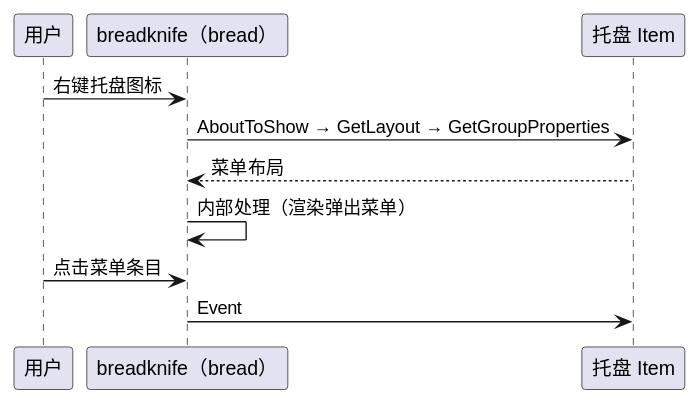
This is diagram/breadknife-tray-menu.svg from 54m43lJ/BreadKnife, a PlantUML export, as it was before one commit.
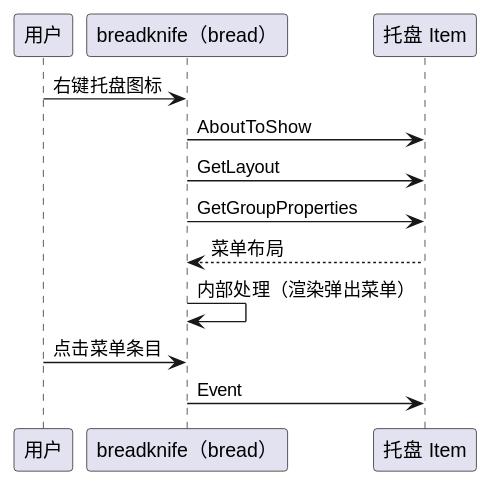
After the change.

Diff of the diagram source:
```diff
@@ -4,7 +4,9 @@
 participant "托盘 Item" as item
 
 用户 -> bread: 右键托盘图标
-bread -> item: AboutToShow → GetLayout → GetGroupProperties
+bread -> item: AboutToShow
+bread -> item: GetLayout
+bread -> item: GetGroupProperties
 item --> bread: 菜单布局
 bread -> bread: 内部处理（渲染弹出菜单）
 用户 -> bread: 点击菜单条目
```
